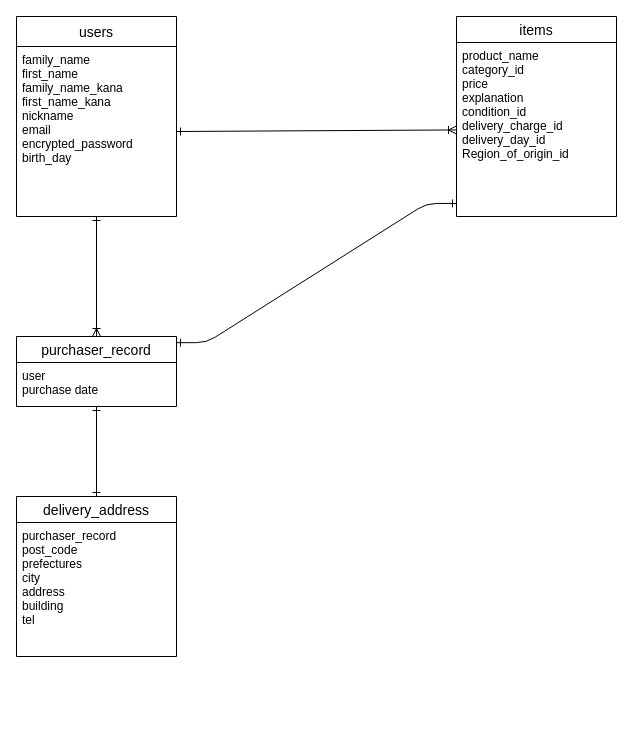
Earlier version of the draw.io diagram ER図.dio (IIZUKA-JP/furima-39063). Source tidied: cells renumbered, new cells numbered last; positions are measured from the earlier drawing's top-left corner, leaving out a move shared by most shapes. Both pictures are drawn from the tidied source at 100%, with x=0, y=0 at pixel (16, 16).
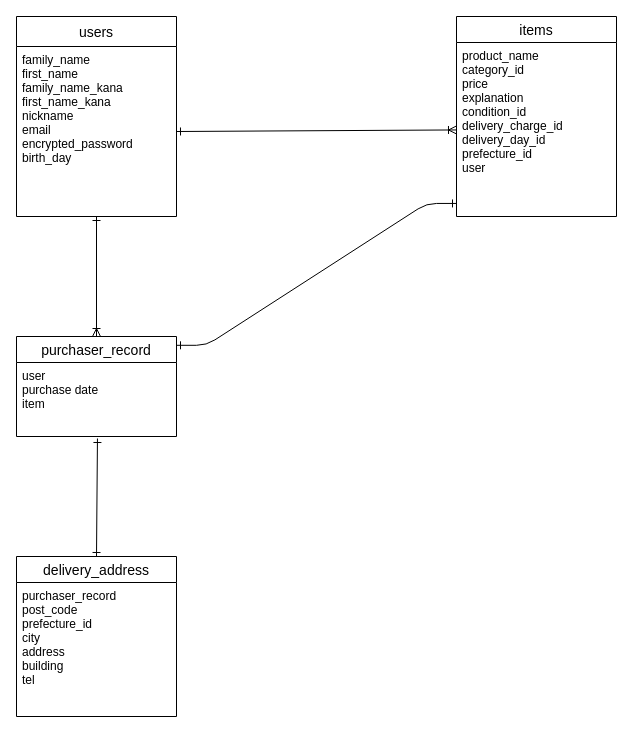
After the change.

The edit, as a diff of the source:
```diff
@@
 <mxGraphModel>
   <root>
     <mxCell id="0" />
     <mxCell id="1" parent="0" />
     <mxCell id="2" style="edgeStyle=none;html=1;entryX=0.5;entryY=0;entryDx=0;entryDy=0;startArrow=ERone;startFill=0;endArrow=ERoneToMany;endFill=0;" parent="1" edge="1" source="3" target="11">
       <mxGeometry relative="1" as="geometry" />
     </mxCell>
     <mxCell id="3" value="users" style="swimlane;fontStyle=0;horizontal=1;startSize=30;align=center;fontSize=14;" parent="1" vertex="1">
       <mxGeometry width="160" height="200" as="geometry" />
     </mxCell>
     <mxCell id="4" value="family_name&#10;first_name&#10;family_name_kana&#10;first_name_kana&#10;nickname &#10;email&#10;encrypted_password&#10;birth_day" style="text;strokeColor=none;fillColor=none;spacingLeft=4;spacingRight=4;overflow=hidden;points=[[0,0.5],[1,0.5]];portConstraint=eastwest;fontSize=12;" parent="3" vertex="1">
       <mxGeometry y="30" width="160" height="170" as="geometry" />
     </mxCell>
     <mxCell id="5" value="items" style="swimlane;fontStyle=0;horizontal=1;startSize=26;align=center;fontSize=14;" parent="1" vertex="1">
       <mxGeometry x="440" width="160" height="200" as="geometry" />
     </mxCell>
-    <mxCell id="6" value="product_name&#10;category_id&#10;price&#10;explanation&#10;condition_id&#10;delivery_charge_id&#10;delivery_day_id&#10;Region_of_origin_id" style="text;strokeColor=none;fillColor=none;spacingLeft=4;spacingRight=4;overflow=hidden;points=[[0,0.5],[1,0.5]];portConstraint=eastwest;fontSize=12;" parent="5" vertex="1">
+    <mxCell id="6" value="product_name&#10;category_id&#10;price&#10;explanation &#10;condition_id&#10;delivery_charge_id &#10;delivery_day_id&#10;prefecture_id &#10;user      " style="text;strokeColor=none;fillColor=none;spacingLeft=4;spacingRight=4;overflow=hidden;points=[[0,0.5],[1,0.5]];portConstraint=eastwest;fontSize=12;" parent="5" vertex="1">
       <mxGeometry y="26" width="160" height="174" as="geometry" />
     </mxCell>
     <mxCell id="7" value="delivery_address" style="swimlane;fontStyle=0;horizontal=1;startSize=26;align=center;fontSize=14;" parent="1" vertex="1">
-      <mxGeometry y="480" width="160" height="160" as="geometry" />
+      <mxGeometry y="540" width="160" height="160" as="geometry" />
     </mxCell>
-    <mxCell id="8" value="purchaser_record&#10;post_code&#10;prefectures&#10;city&#10;address&#10;building&#10;tel      " style="text;strokeColor=none;fillColor=none;spacingLeft=4;spacingRight=4;overflow=hidden;fontSize=12;" parent="7" vertex="1">
+    <mxCell id="8" value="purchaser_record&#10;post_code&#10;prefecture_id&#10;city&#10;address&#10;building&#10;tel      " style="text;strokeColor=none;fillColor=none;spacingLeft=4;spacingRight=4;overflow=hidden;fontSize=12;" parent="7" vertex="1">
       <mxGeometry y="26" width="160" height="134" as="geometry" />
     </mxCell>
     <mxCell id="9" style="edgeStyle=none;html=1;exitX=1;exitY=0.5;exitDx=0;exitDy=0;endArrow=ERoneToMany;endFill=0;startArrow=ERone;startFill=0;" parent="1" edge="1" source="4" target="6">
       <mxGeometry relative="1" as="geometry" />
     </mxCell>
-    <mxCell id="10" style="edgeStyle=none;html=1;startArrow=ERone;startFill=0;endArrow=ERone;endFill=0;" parent="1" edge="1" source="11">
-      <mxGeometry relative="1" as="geometry">
-        <mxPoint x="80" y="480" as="targetPoint" />
-      </mxGeometry>
+    <mxCell id="10" style="edgeStyle=none;html=1;startArrow=ERone;startFill=0;endArrow=ERone;endFill=0;entryX=0.5;entryY=0;entryDx=0;entryDy=0;exitX=0.506;exitY=1.027;exitDx=0;exitDy=0;exitPerimeter=0;" parent="1" edge="1" source="12" target="7">
+      <mxGeometry relative="1" as="geometry" />
     </mxCell>
     <mxCell id="11" value="purchaser_record" style="swimlane;fontStyle=0;horizontal=1;startSize=26;align=center;fontSize=14;" parent="1" vertex="1">
-      <mxGeometry y="320" width="160" height="70" as="geometry" />
+      <mxGeometry y="320" width="160" height="100" as="geometry" />
     </mxCell>
-    <mxCell id="12" value="user&#10;purchase date" style="text;strokeColor=none;fillColor=none;spacingLeft=4;spacingRight=4;overflow=hidden;points=[[0,0.5],[1,0.5]];portConstraint=eastwest;fontSize=12;" parent="11" vertex="1">
-      <mxGeometry y="26" width="160" height="44" as="geometry" />
+    <mxCell id="12" value="user&#10;purchase date&#10;item" style="text;strokeColor=none;fillColor=none;spacingLeft=4;spacingRight=4;overflow=hidden;points=[[0,0.5],[1,0.5]];portConstraint=eastwest;fontSize=12;" parent="11" vertex="1">
+      <mxGeometry y="26" width="160" height="74" as="geometry" />
     </mxCell>
     <mxCell id="13" style="edgeStyle=entityRelationEdgeStyle;fontSize=12;html=1;endArrow=ERone;endFill=1;entryX=0;entryY=0.925;entryDx=0;entryDy=0;entryPerimeter=0;exitX=1;exitY=0.088;exitDx=0;exitDy=0;startArrow=ERone;startFill=0;exitPerimeter=0;" parent="1" edge="1" source="11" target="6">
       <mxGeometry relative="1" as="geometry" />
     </mxCell>
   </root>
 </mxGraphModel>
```
